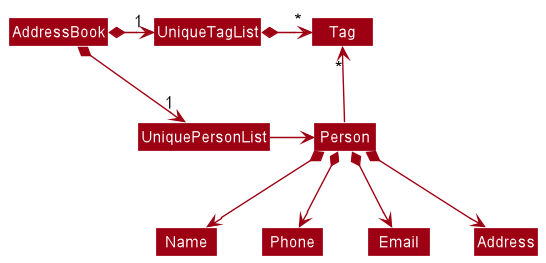
Above: docs/images/BetterModelClassDiagram.png in nus-cs2103-AY2223S1/tp (PlantUML), before the change.
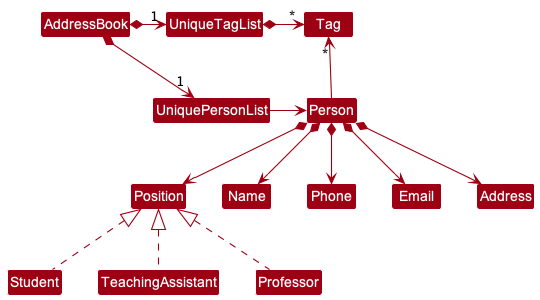
Later version of the same file.

What changed in the source:
```diff
@@ -18,4 +18,9 @@
 Person *--> Phone
 Person *--> Email
 Person *--> Address
+Person *--> Position
+
+Student .up.|> Position
+TeachingAssistant .up.|> Position
+Professor .up.|> Position
 @enduml
```
